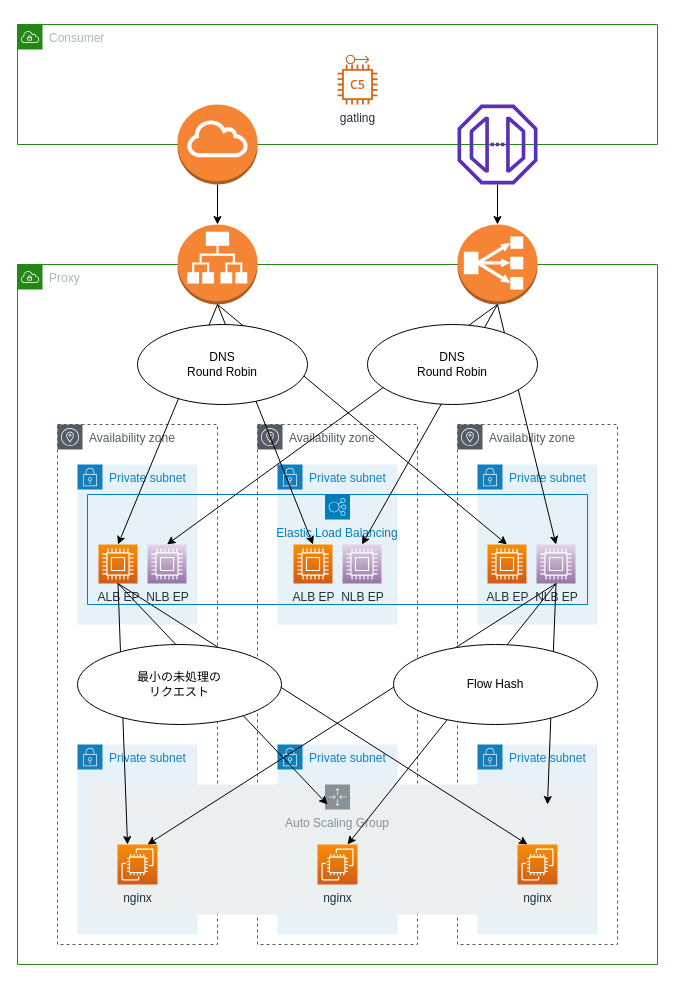
Above: Computing/AWS/ELB/elb.drawio in Riliumph/til (draw.io), before the change. Source tidied: cells renumbered, new cells numbered last; positions are measured from the earlier drawing's top-left corner, leaving out a move shared by most shapes. Both pictures are drawn from the tidied source at 100%, with x=0, y=0 at pixel (17, 24).
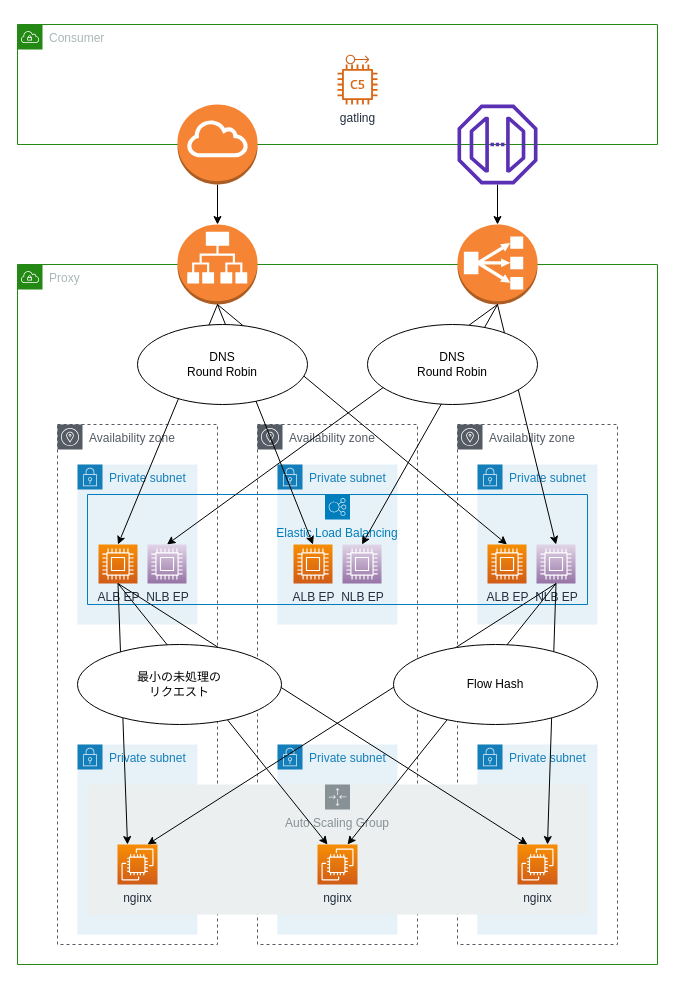
Above is the later version.

Unchanged cells that the change refers to:
```xml
<mxCell id="29" value="ALB EP" style="points=[[0,0,0],[0.25,0,0],[0.5,0,0],[0.75,0,0],[1,0,0],[0,1,0],[0.25,1,0],[0.5,1,0],[0.75,1,0],[1,1,0],[0,0.25,0],[0,0.5,0],[0,0.75,0],[1,0.25,0],[1,0.5,0],[1,0.75,0]];outlineConnect=0;fontColor=#232F3E;gradientColor=#F78E04;gradientDirection=north;fillColor=#D05C17;strokeColor=#ffffff;dashed=0;verticalLabelPosition=bottom;verticalAlign=top;align=center;html=1;fontSize=12;fontStyle=0;shape=mxgraph.aws4.resourceIcon;resIcon=mxgraph.aws4.compute;" parent="1" vertex="1">
  <mxGeometry x="81" y="520" width="39" height="39" as="geometry" />
</mxCell>
<mxCell id="34" value="NLB EP" style="points=[[0,0,0],[0.25,0,0],[0.5,0,0],[0.75,0,0],[1,0,0],[0,1,0],[0.25,1,0],[0.5,1,0],[0.75,1,0],[1,1,0],[0,0.25,0],[0,0.5,0],[0,0.75,0],[1,0.25,0],[1,0.5,0],[1,0.75,0]];outlineConnect=0;fontColor=#232F3E;gradientDirection=north;strokeColor=#ffffff;dashed=0;verticalLabelPosition=bottom;verticalAlign=top;align=center;html=1;fontSize=12;fontStyle=0;shape=mxgraph.aws4.resourceIcon;resIcon=mxgraph.aws4.compute;fillColor=#9673A6;gradientColor=#E1D5E7;" parent="1" vertex="1">
  <mxGeometry x="519" y="520" width="39" height="39" as="geometry" />
</mxCell>
<mxCell id="36" value="nginx" style="points=[[0,0,0],[0.25,0,0],[0.5,0,0],[0.75,0,0],[1,0,0],[0,1,0],[0.25,1,0],[0.5,1,0],[0.75,1,0],[1,1,0],[0,0.25,0],[0,0.5,0],[0,0.75,0],[1,0.25,0],[1,0.5,0],[1,0.75,0]];outlineConnect=0;fontColor=#232F3E;gradientColor=#F78E04;gradientDirection=north;fillColor=#D05C17;strokeColor=#ffffff;dashed=0;verticalLabelPosition=bottom;verticalAlign=top;align=center;html=1;fontSize=12;fontStyle=0;shape=mxgraph.aws4.resourceIcon;resIcon=mxgraph.aws4.ec2;" parent="1" vertex="1">
  <mxGeometry x="300" y="820" width="40" height="40" as="geometry" />
</mxCell>
<mxCell id="38" value="nginx" style="points=[[0,0,0],[0.25,0,0],[0.5,0,0],[0.75,0,0],[1,0,0],[0,1,0],[0.25,1,0],[0.5,1,0],[0.75,1,0],[1,1,0],[0,0.25,0],[0,0.5,0],[0,0.75,0],[1,0.25,0],[1,0.5,0],[1,0.75,0]];outlineConnect=0;fontColor=#232F3E;gradientColor=#F78E04;gradientDirection=north;fillColor=#D05C17;strokeColor=#ffffff;dashed=0;verticalLabelPosition=bottom;verticalAlign=top;align=center;html=1;fontSize=12;fontStyle=0;shape=mxgraph.aws4.resourceIcon;resIcon=mxgraph.aws4.ec2;" parent="1" vertex="1">
  <mxGeometry x="500" y="820" width="40" height="40" as="geometry" />
</mxCell>
```

What changed in the source:
```diff
@@
-    <mxCell id="40" style="edgeStyle=none;rounded=0;jettySize=auto;html=1;exitX=0.5;exitY=1;exitDx=0;exitDy=0;exitPerimeter=0;" parent="1" edge="1" source="29">
-      <mxGeometry relative="1" as="geometry">
-        <mxPoint x="310" y="780" as="targetPoint" />
-      </mxGeometry>
+    <mxCell id="40" style="edgeStyle=none;rounded=0;jettySize=auto;html=1;exitX=0.5;exitY=1;exitDx=0;exitDy=0;exitPerimeter=0;entryX=0.25;entryY=0;entryDx=0;entryDy=0;entryPerimeter=0;" parent="1" edge="1" source="29" target="36">
+      <mxGeometry relative="1" as="geometry" />
     </mxCell>
@@
-    <mxCell id="44" style="edgeStyle=none;rounded=0;jettySize=auto;html=1;exitX=0.5;exitY=1;exitDx=0;exitDy=0;exitPerimeter=0;" parent="1" edge="1" source="34">
-      <mxGeometry relative="1" as="geometry">
-        <mxPoint x="530" y="780" as="targetPoint" />
-      </mxGeometry>
+    <mxCell id="44" style="edgeStyle=none;rounded=0;jettySize=auto;html=1;exitX=0.5;exitY=1;exitDx=0;exitDy=0;exitPerimeter=0;entryX=0.75;entryY=0;entryDx=0;entryDy=0;entryPerimeter=0;" parent="1" edge="1" source="34" target="38">
+      <mxGeometry relative="1" as="geometry" />
     </mxCell>
```
